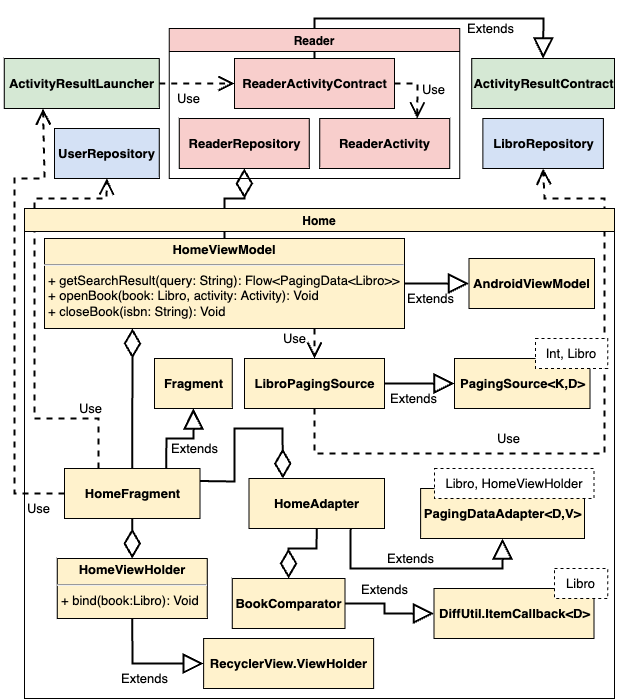
The draw.io diagram img/tesi-24-androidviewuml.drawio.png in paganellif/tesi-paganelli, before a commit. Source tidied: cells renumbered, new cells last; positions are measured from the earlier drawing's top-left corner, leaving out a move shared by most shapes.
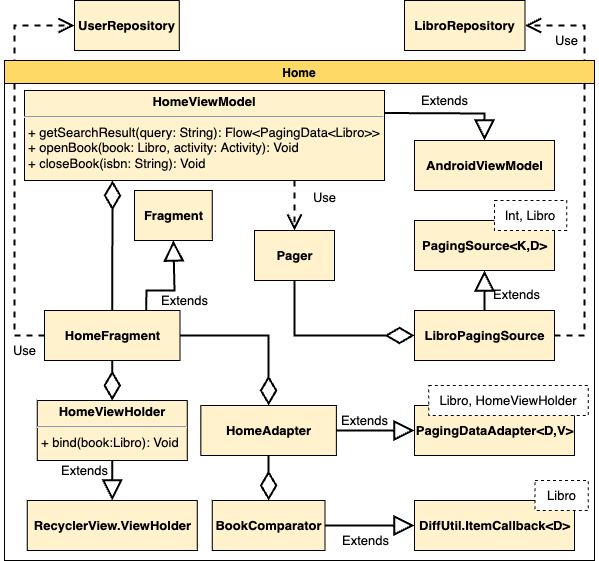
The same file after the commit.

The edit, as a diff of the source:
```diff
@@ -2,203 +2,135 @@
   <root>
     <mxCell id="0" />
     <mxCell id="1" parent="0" />
-    <mxCell id="2" value="Extends" style="endArrow=block;endSize=16;endFill=0;html=1;rounded=0;labelBackgroundColor=none;fontSize=13;fontColor=default;strokeWidth=2;entryX=0;entryY=0.5;entryDx=0;entryDy=0;exitX=1;exitY=0.5;exitDx=0;exitDy=0;" parent="1" edge="1" source="11" target="3">
-      <mxGeometry x="-0.18" y="-15" relative="1" as="geometry" />
-    </mxCell>
-    <mxCell id="3" value="&lt;b&gt;PagingSource&amp;lt;K,D&amp;gt;&lt;/b&gt;" style="html=1;rounded=0;fontSize=13;fontColor=default;strokeColor=default;fillColor=#FFF2CC;" parent="1" vertex="1">
-      <mxGeometry x="450" y="340" width="135.5" height="50" as="geometry" />
-    </mxCell>
-    <mxCell id="4" value="&lt;b&gt;LibroRepository&lt;/b&gt;" style="html=1;rounded=0;fontSize=13;strokeColor=#000000;fillColor=#D4E1F5;" parent="1" vertex="1">
-      <mxGeometry x="478.4" y="100" width="120.5" height="50" as="geometry" />
+    <mxCell id="4" value="&lt;b&gt;LibroRepository&lt;/b&gt;" style="html=1;rounded=0;fontSize=13;strokeColor=#000000;fillColor=#FFF2CC;" parent="1" vertex="1">
+      <mxGeometry x="420" y="130" width="120.5" height="50" as="geometry" />
     </mxCell>
     <mxCell id="5" value="&lt;p style=&quot;margin: 4px 0px 0px; text-align: center;&quot;&gt;&lt;b&gt;HomeViewModel&lt;/b&gt;&lt;/p&gt;&lt;hr style=&quot;&quot;&gt;&lt;p style=&quot;margin: 0px 0px 0px 4px;&quot;&gt;&lt;span style=&quot;background-color: initial;&quot;&gt;&lt;font style=&quot;font-size: 13px;&quot;&gt;+ getSearchResult(query: String): Flow&amp;lt;PagingData&amp;lt;Libro&amp;gt;&amp;gt;&lt;/font&gt;&lt;/span&gt;&lt;/p&gt;&lt;p style=&quot;margin: 0px 0px 0px 4px;&quot;&gt;&lt;span style=&quot;background-color: initial;&quot;&gt;&lt;font style=&quot;font-size: 13px;&quot;&gt;+ openBook(book: Libro, activity: Activity): Void&lt;/font&gt;&lt;/span&gt;&lt;/p&gt;&lt;p style=&quot;margin: 0px 0px 0px 4px;&quot;&gt;&lt;span style=&quot;background-color: initial;&quot;&gt;&lt;font style=&quot;font-size: 13px;&quot;&gt;+ closeBook(isbn: String): Void&lt;/font&gt;&lt;/span&gt;&lt;/p&gt;" style="verticalAlign=top;align=left;overflow=fill;fontSize=13;fontFamily=Helvetica;html=1;fillColor=#FFF2CC;strokeColor=#000000;strokeWidth=1;" parent="1" vertex="1">
       <mxGeometry x="40" y="220" width="360" height="90" as="geometry" />
     </mxCell>
-    <mxCell id="6" value="&lt;b&gt;AndroidViewModel&lt;/b&gt;" style="html=1;rounded=0;fontSize=13;fontColor=default;strokeColor=default;fillColor=#FFF2CC;" parent="1" vertex="1">
-      <mxGeometry x="464.5" y="240" width="125.5" height="50" as="geometry" />
-    </mxCell>
-    <mxCell id="7" value="Extends" style="endArrow=block;endSize=16;endFill=0;html=1;rounded=0;labelBackgroundColor=none;fontSize=13;fontColor=default;strokeWidth=2;exitX=1;exitY=0.5;exitDx=0;exitDy=0;entryX=0;entryY=0.5;entryDx=0;entryDy=0;" parent="1" edge="1" source="5" target="6">
-      <mxGeometry x="-0.18" y="-15" relative="1" as="geometry" />
+    <mxCell id="7" value="Extends" style="endArrow=block;endSize=16;endFill=0;html=1;rounded=0;labelBackgroundColor=none;fontSize=13;fontColor=default;strokeWidth=2;exitX=1;exitY=0.25;exitDx=0;exitDy=0;entryX=0.5;entryY=0;entryDx=0;entryDy=0;" parent="1" edge="1" source="5" target="6">
+      <mxGeometry x="-0.06" y="13" relative="1" as="geometry">
+        <Array as="points">
+          <mxPoint x="500" y="243" />
+        </Array>
+      </mxGeometry>
     </mxCell>
-    <mxCell id="8" value="Use" style="endArrow=open;endSize=12;dashed=1;html=1;rounded=0;labelBackgroundColor=none;fontSize=13;fontColor=default;strokeWidth=2;exitX=0.75;exitY=1;exitDx=0;exitDy=0;entryX=0.5;entryY=0;entryDx=0;entryDy=0;" parent="1" edge="1" source="5" target="11">
-      <mxGeometry x="-0.33" y="-20" relative="1" as="geometry" />
+    <mxCell id="8" value="Use" style="endArrow=open;endSize=12;dashed=1;html=1;rounded=0;labelBackgroundColor=none;fontSize=13;fontColor=default;strokeWidth=2;exitX=0.75;exitY=1;exitDx=0;exitDy=0;entryX=0.5;entryY=0;entryDx=0;entryDy=0;" parent="1" edge="1" source="5" target="44">
+      <mxGeometry x="-0.33" y="30" relative="1" as="geometry" />
     </mxCell>
-    <mxCell id="9" style="endArrow=diamondThin;endFill=0;endSize=24;html=1;rounded=0;fontSize=13;entryX=0.5;entryY=1;entryDx=0;entryDy=0;exitX=0.5;exitY=0;exitDx=0;exitDy=0;strokeWidth=2;" parent="1" edge="1" source="5">
-      <mxGeometry relative="1" as="geometry">
-        <mxPoint x="239.8" y="150" as="targetPoint" />
-        <Array as="points">
-          <mxPoint x="220" y="180" />
-          <mxPoint x="240" y="180" />
-        </Array>
-      </mxGeometry>
-    </mxCell>
     <mxCell id="10" style="endArrow=diamondThin;endFill=0;endSize=24;html=1;rounded=0;fontSize=13;exitX=0.5;exitY=0;exitDx=0;exitDy=0;strokeWidth=2;" parent="1" edge="1" source="31">
       <mxGeometry relative="1" as="geometry">
         <mxPoint x="128" y="310" as="targetPoint" />
       </mxGeometry>
     </mxCell>
-    <mxCell id="11" value="&lt;b&gt;LibroPagingSource&lt;/b&gt;" style="html=1;rounded=0;fontSize=13;fontColor=default;strokeColor=default;fillColor=#FFF2CC;" parent="1" vertex="1">
-      <mxGeometry x="240" y="340" width="140" height="50" as="geometry" />
-    </mxCell>
-    <mxCell id="12" value="&lt;b&gt;HomeAdapter&lt;/b&gt;" style="html=1;rounded=0;fontSize=13;fontColor=default;strokeColor=default;fillColor=#FFF2CC;" parent="1" vertex="1">
-      <mxGeometry x="244.5" y="460" width="135.5" height="50" as="geometry" />
-    </mxCell>
-    <mxCell id="13" value="Extends" style="endArrow=block;endSize=16;endFill=0;html=1;rounded=0;labelBackgroundColor=none;fontSize=13;fontColor=default;strokeWidth=2;exitX=0.75;exitY=1;exitDx=0;exitDy=0;entryX=0.5;entryY=1;entryDx=0;entryDy=0;" parent="1" edge="1" source="12" target="20">
-      <mxGeometry x="-0.1" y="10" relative="1" as="geometry">
-        <Array as="points">
-          <mxPoint x="346" y="550" />
-          <mxPoint x="498" y="550" />
-        </Array>
-      </mxGeometry>
-    </mxCell>
-    <mxCell id="14" style="endArrow=diamondThin;endFill=0;endSize=24;html=1;rounded=0;fontSize=13;entryX=0.25;entryY=0;entryDx=0;entryDy=0;exitX=1;exitY=0.25;exitDx=0;exitDy=0;strokeWidth=2;" parent="1" edge="1" source="31" target="12">
-      <mxGeometry relative="1" as="geometry">
-        <Array as="points">
-          <mxPoint x="230" y="463" />
-          <mxPoint x="230" y="410" />
-          <mxPoint x="278" y="410" />
-        </Array>
-      </mxGeometry>
-    </mxCell>
-    <mxCell id="15" style="endArrow=diamondThin;endFill=0;endSize=24;html=1;rounded=0;fontSize=13;exitX=0.5;exitY=1;exitDx=0;exitDy=0;strokeWidth=2;entryX=0.5;entryY=0;entryDx=0;entryDy=0;" parent="1" edge="1" source="12" target="33">
-      <mxGeometry relative="1" as="geometry">
-        <Array as="points">
-          <mxPoint x="312" y="530" />
-          <mxPoint x="284" y="530" />
-        </Array>
-      </mxGeometry>
-    </mxCell>
-    <mxCell id="16" value="Use" style="endArrow=open;endSize=12;dashed=1;html=1;rounded=0;labelBackgroundColor=none;fontSize=13;fontColor=default;strokeWidth=2;exitX=0.5;exitY=1;exitDx=0;exitDy=0;entryX=0.5;entryY=1;entryDx=0;entryDy=0;" parent="1" edge="1" source="11" target="4">
-      <mxGeometry x="-0.3" y="15" relative="1" as="geometry">
+    <mxCell id="16" value="Use" style="endArrow=open;endSize=12;dashed=1;html=1;rounded=0;labelBackgroundColor=none;fontSize=13;fontColor=default;strokeWidth=2;exitX=1;exitY=0.5;exitDx=0;exitDy=0;entryX=1;entryY=0.5;entryDx=0;entryDy=0;" parent="1" edge="1" source="11" target="4">
+      <mxGeometry x="0.79" y="15" relative="1" as="geometry">
         <Array as="points">
-          <mxPoint x="310" y="435" />
-          <mxPoint x="600" y="435" />
-          <mxPoint x="600" y="180" />
-          <mxPoint x="540" y="180" />
+          <mxPoint x="600" y="465" />
+          <mxPoint x="600" y="155" />
         </Array>
       </mxGeometry>
     </mxCell>
-    <mxCell id="17" value="&lt;b&gt;UserRepository&lt;/b&gt;" style="html=1;rounded=0;fontSize=13;strokeColor=#000000;fillColor=#D4E1F5;" parent="1" vertex="1">
-      <mxGeometry x="50" y="110" width="104.8" height="50" as="geometry" />
+    <mxCell id="17" value="&lt;b&gt;UserRepository&lt;/b&gt;" style="html=1;rounded=0;fontSize=13;strokeColor=#000000;fillColor=#FFF2CC;" parent="1" vertex="1">
+      <mxGeometry x="90" y="130" width="104.8" height="50" as="geometry" />
     </mxCell>
-    <mxCell id="18" value="Use" style="endArrow=open;endSize=12;dashed=1;html=1;rounded=0;labelBackgroundColor=none;fontSize=13;fontColor=default;strokeWidth=2;exitX=0.25;exitY=0;exitDx=0;exitDy=0;entryX=0.5;entryY=1;entryDx=0;entryDy=0;" parent="1" edge="1" source="31" target="17">
-      <mxGeometry x="-0.73" y="-10" relative="1" as="geometry">
+    <mxCell id="18" value="Use" style="endArrow=open;endSize=12;dashed=1;html=1;rounded=0;labelBackgroundColor=none;fontSize=13;fontColor=default;strokeWidth=2;exitX=0;exitY=0.5;exitDx=0;exitDy=0;entryX=0;entryY=0.5;entryDx=0;entryDy=0;" parent="1" edge="1" source="31" target="17">
+      <mxGeometry x="-0.9" y="15" relative="1" as="geometry">
         <Array as="points">
-          <mxPoint x="94" y="400" />
-          <mxPoint x="30" y="400" />
+          <mxPoint x="30" y="465" />
           <mxPoint x="30" y="180" />
-          <mxPoint x="102" y="180" />
+          <mxPoint x="30" y="155" />
         </Array>
       </mxGeometry>
     </mxCell>
-    <mxCell id="19" value="Home" style="swimlane;strokeColor=#000000;fillColor=#FFF2CC;gradientColor=none;" parent="1" vertex="1">
-      <mxGeometry x="20" y="190" width="590" height="490" as="geometry" />
+    <mxCell id="19" value="Home" style="swimlane;strokeColor=#000000;fillColor=#FFD966;gradientColor=none;" parent="1" vertex="1">
+      <mxGeometry x="20" y="190" width="590" height="500" as="geometry" />
     </mxCell>
     <mxCell id="20" value="&lt;b&gt;PagingDataAdapter&amp;lt;D,V&amp;gt;&lt;/b&gt;" style="html=1;rounded=0;fontSize=13;fontColor=default;strokeColor=default;fillColor=#FFF2CC;" parent="19" vertex="1">
-      <mxGeometry x="396.1" y="280" width="163.9" height="50" as="geometry" />
+      <mxGeometry x="410" y="345" width="160" height="50" as="geometry" />
     </mxCell>
     <mxCell id="21" value="Libro, HomeViewHolder" style="rounded=0;whiteSpace=wrap;html=1;dashed=1;fontSize=13;" parent="19" vertex="1">
-      <mxGeometry x="410" y="260" width="159.5" height="30" as="geometry" />
+      <mxGeometry x="424.4" y="325" width="159.5" height="30" as="geometry" />
     </mxCell>
     <mxCell id="22" value="&lt;b&gt;DiffUtil.ItemCallback&amp;lt;D&amp;gt;&lt;/b&gt;" style="html=1;rounded=0;fontSize=13;fontColor=default;strokeColor=default;fillColor=#FFF2CC;" parent="19" vertex="1">
-      <mxGeometry x="409.5" y="380" width="160" height="50" as="geometry" />
+      <mxGeometry x="410" y="440" width="160" height="50" as="geometry" />
     </mxCell>
     <mxCell id="23" value="Libro" style="rounded=0;whiteSpace=wrap;html=1;dashed=1;fontSize=13;" parent="19" vertex="1">
-      <mxGeometry x="530" y="360" width="53.4" height="30" as="geometry" />
+      <mxGeometry x="530.5" y="420" width="53.4" height="30" as="geometry" />
     </mxCell>
     <mxCell id="24" value="Extends" style="endArrow=block;endSize=16;endFill=0;html=1;rounded=0;labelBackgroundColor=none;fontSize=13;fontColor=default;strokeWidth=2;entryX=0;entryY=0.5;entryDx=0;entryDy=0;exitX=1;exitY=0.5;exitDx=0;exitDy=0;" parent="19" edge="1" source="33" target="22">
-      <mxGeometry x="-0.2" y="-15" relative="1" as="geometry">
-        <Array as="points">
-          <mxPoint x="360" y="395" />
-          <mxPoint x="360" y="405" />
-        </Array>
-        <mxPoint x="15" y="-15" as="offset" />
-      </mxGeometry>
+      <mxGeometry x="-0.12" y="-15" relative="1" as="geometry" />
     </mxCell>
     <mxCell id="25" value="&lt;p style=&quot;margin: 4px 0px 0px; text-align: center;&quot;&gt;&lt;b&gt;HomeViewHolder&lt;/b&gt;&lt;/p&gt;&lt;hr style=&quot;&quot;&gt;&lt;p style=&quot;margin: 0px 0px 0px 4px;&quot;&gt;&lt;span style=&quot;background-color: initial;&quot;&gt;&lt;font style=&quot;font-size: 13px;&quot;&gt;+ bind(book:Libro): Void&lt;/font&gt;&lt;/span&gt;&lt;/p&gt;" style="verticalAlign=top;align=left;overflow=fill;fontSize=13;fontFamily=Helvetica;html=1;fillColor=#FFF2CC;strokeColor=#000000;strokeWidth=1;" parent="19" vertex="1">
-      <mxGeometry x="32.8" y="350" width="150" height="60" as="geometry" />
+      <mxGeometry x="32.8" y="340" width="150" height="60" as="geometry" />
     </mxCell>
     <mxCell id="26" style="endArrow=diamondThin;endFill=0;endSize=24;html=1;rounded=0;fontSize=13;entryX=0.5;entryY=0;entryDx=0;entryDy=0;exitX=0.5;exitY=1;exitDx=0;exitDy=0;strokeWidth=2;" parent="19" edge="1" source="31" target="25">
       <mxGeometry relative="1" as="geometry" />
     </mxCell>
     <mxCell id="27" value="&lt;b&gt;RecyclerView.ViewHolder&lt;/b&gt;" style="html=1;rounded=0;fontSize=13;fontColor=default;strokeColor=default;fillColor=#FFF2CC;" parent="19" vertex="1">
-      <mxGeometry x="179.1" y="430" width="170" height="50" as="geometry" />
+      <mxGeometry x="22.8" y="440" width="170" height="50" as="geometry" />
     </mxCell>
-    <mxCell id="28" value="Extends" style="endArrow=block;endSize=16;endFill=0;html=1;rounded=0;labelBackgroundColor=none;fontSize=13;fontColor=default;strokeWidth=2;exitX=0.5;exitY=1;exitDx=0;exitDy=0;entryX=0;entryY=0.5;entryDx=0;entryDy=0;" parent="19" edge="1" source="25" target="27">
-      <mxGeometry x="-0.02" y="-15" relative="1" as="geometry">
-        <Array as="points">
-          <mxPoint x="108" y="455" />
-        </Array>
-      </mxGeometry>
+    <mxCell id="28" value="Extends" style="endArrow=block;endSize=16;endFill=0;html=1;rounded=0;labelBackgroundColor=none;fontSize=13;fontColor=default;strokeWidth=2;exitX=0.5;exitY=1;exitDx=0;exitDy=0;entryX=0.5;entryY=0;entryDx=0;entryDy=0;" parent="19" edge="1" source="25" target="27">
+      <mxGeometry x="-0.49" y="-28" relative="1" as="geometry" />
     </mxCell>
-    <mxCell id="29" value="Int, Libro" style="rounded=0;whiteSpace=wrap;html=1;dashed=1;fontSize=13;" parent="19" vertex="1">
-      <mxGeometry x="511.1" y="130" width="72.2" height="30" as="geometry" />
-    </mxCell>
     <mxCell id="30" value="&lt;b&gt;Fragment&lt;/b&gt;" style="html=1;rounded=0;fontSize=13;fontColor=default;strokeColor=default;fillColor=#FFF2CC;" parent="19" vertex="1">
-      <mxGeometry x="130" y="150" width="77.8" height="50" as="geometry" />
+      <mxGeometry x="130" y="130" width="77.8" height="50" as="geometry" />
     </mxCell>
     <mxCell id="31" value="&lt;b&gt;HomeFragment&lt;/b&gt;" style="html=1;rounded=0;fontSize=13;fontColor=default;strokeColor=default;fillColor=#FFF2CC;" parent="19" vertex="1">
-      <mxGeometry x="40" y="260" width="135.5" height="50" as="geometry" />
+      <mxGeometry x="40" y="250" width="135.5" height="50" as="geometry" />
     </mxCell>
     <mxCell id="32" value="Extends" style="endArrow=block;endSize=16;endFill=0;html=1;rounded=0;labelBackgroundColor=none;fontSize=13;fontColor=default;strokeWidth=2;entryX=0.5;entryY=1;entryDx=0;entryDy=0;exitX=0.75;exitY=0;exitDx=0;exitDy=0;" parent="19" edge="1" source="31" target="30">
-      <mxGeometry x="0.31" y="-10" relative="1" as="geometry">
+      <mxGeometry x="-0.02" y="-14" relative="1" as="geometry">
         <Array as="points">
           <mxPoint x="142" y="230" />
-          <mxPoint x="169" y="230" />
+          <mxPoint x="170" y="230" />
         </Array>
-        <mxPoint x="-9" y="10" as="offset" />
+        <mxPoint x="-4" y="10" as="offset" />
       </mxGeometry>
     </mxCell>
+    <mxCell id="12" value="&lt;b&gt;HomeAdapter&lt;/b&gt;" style="html=1;rounded=0;fontSize=13;fontColor=default;strokeColor=default;fillColor=#FFF2CC;" parent="19" vertex="1">
+      <mxGeometry x="196.4" y="345" width="135.5" height="50" as="geometry" />
+    </mxCell>
+    <mxCell id="13" value="Extends" style="endArrow=block;endSize=16;endFill=0;html=1;rounded=0;labelBackgroundColor=none;fontSize=13;fontColor=default;strokeWidth=2;exitX=1;exitY=0.5;exitDx=0;exitDy=0;entryX=0;entryY=0.5;entryDx=0;entryDy=0;" parent="19" edge="1" source="12" target="20">
+      <mxGeometry x="-0.28" y="10" relative="1" as="geometry" />
+    </mxCell>
+    <mxCell id="14" style="endArrow=diamondThin;endFill=0;endSize=24;html=1;rounded=0;fontSize=13;entryX=0.5;entryY=0;entryDx=0;entryDy=0;exitX=1;exitY=0.5;exitDx=0;exitDy=0;strokeWidth=2;" parent="19" edge="1" source="31" target="12">
+      <mxGeometry relative="1" as="geometry">
+        <Array as="points">
+          <mxPoint x="264" y="275" />
+        </Array>
+      </mxGeometry>
+    </mxCell>
+    <mxCell id="15" style="endArrow=diamondThin;endFill=0;endSize=24;html=1;rounded=0;fontSize=13;exitX=0.5;exitY=1;exitDx=0;exitDy=0;strokeWidth=2;entryX=0.5;entryY=0;entryDx=0;entryDy=0;" parent="19" edge="1" source="12" target="33">
+      <mxGeometry relative="1" as="geometry" />
+    </mxCell>
     <mxCell id="33" value="&lt;b&gt;BookComparator&lt;/b&gt;" style="html=1;rounded=0;fontSize=13;fontColor=default;strokeColor=default;fillColor=#FFF2CC;" parent="19" vertex="1">
-      <mxGeometry x="207.8" y="370" width="112.8" height="50" as="geometry" />
+      <mxGeometry x="207.8" y="440" width="112.8" height="50" as="geometry" />
     </mxCell>
-    <mxCell id="34" value="&lt;b&gt;ActivityResultLauncher&lt;/b&gt;" style="html=1;rounded=0;fontSize=13;strokeColor=#000000;fillColor=#d5e8d4;" parent="1" vertex="1">
-      <mxGeometry x="-0.2" y="40" width="155" height="50" as="geometry" />
-    </mxCell>
-    <mxCell id="35" value="Use" style="endArrow=open;endSize=12;dashed=1;html=1;rounded=0;labelBackgroundColor=none;fontSize=13;fontColor=default;strokeWidth=2;entryX=0.25;entryY=1;entryDx=0;entryDy=0;exitX=0;exitY=0.5;exitDx=0;exitDy=0;" parent="1" edge="1" source="31" target="34">
-      <mxGeometry x="-0.89" y="15" relative="1" as="geometry">
-        <Array as="points">
-          <mxPoint x="10" y="475" />
-          <mxPoint x="10" y="160" />
-          <mxPoint x="40" y="160" />
-        </Array>
-      </mxGeometry>
-    </mxCell>
-    <mxCell id="36" value="Use" style="endArrow=open;endSize=12;dashed=1;html=1;rounded=0;labelBackgroundColor=none;fontSize=13;fontColor=default;strokeWidth=2;exitX=1;exitY=0.5;exitDx=0;exitDy=0;entryX=0;entryY=0.5;entryDx=0;entryDy=0;" parent="1" edge="1" source="34">
-      <mxGeometry x="-0.22" y="-15" relative="1" as="geometry">
-        <mxPoint x="230" y="65" as="targetPoint" />
-      </mxGeometry>
-    </mxCell>
-    <mxCell id="37" value="&lt;b&gt;ActivityResultContract&lt;/b&gt;" style="html=1;rounded=0;fontSize=13;strokeColor=#000000;fillColor=#d5e8d4;" parent="1" vertex="1">
-      <mxGeometry x="467.2" y="40" width="142.8" height="50" as="geometry" />
-    </mxCell>
-    <mxCell id="38" value="&lt;b&gt;ReaderActivityContract&lt;/b&gt;" style="html=1;rounded=0;fontSize=13;fontColor=default;strokeColor=default;fillColor=#F8CECC;" parent="1" vertex="1">
-      <mxGeometry x="230" y="40" width="160" height="50" as="geometry" />
-    </mxCell>
-    <mxCell id="39" value="&lt;b&gt;ReaderRepository&lt;/b&gt;" style="html=1;rounded=0;fontSize=13;fontColor=default;strokeColor=default;fillColor=#F8CECC;" parent="1" vertex="1">
-      <mxGeometry x="174.8" y="100" width="130" height="50" as="geometry" />
-    </mxCell>
-    <mxCell id="40" value="&lt;b&gt;ReaderActivity&lt;/b&gt;" style="html=1;rounded=0;fontSize=13;fontColor=default;strokeColor=default;fillColor=#F8CECC;" parent="1" vertex="1">
-      <mxGeometry x="315.2" y="100" width="130" height="50" as="geometry" />
-    </mxCell>
-    <mxCell id="41" value="Use" style="endArrow=open;endSize=12;dashed=1;html=1;rounded=0;labelBackgroundColor=none;fontSize=13;fontColor=default;strokeWidth=2;exitX=1;exitY=0.5;exitDx=0;exitDy=0;entryX=0.75;entryY=0;entryDx=0;entryDy=0;" parent="1" edge="1" source="38" target="40">
-      <mxGeometry x="0.01" y="15" relative="1" as="geometry">
-        <Array as="points">
-          <mxPoint x="413" y="65" />
-        </Array>
-        <mxPoint x="1" as="offset" />
-      </mxGeometry>
-    </mxCell>
-    <mxCell id="42" value="Extends" style="endArrow=block;endSize=16;endFill=0;html=1;rounded=0;labelBackgroundColor=none;fontSize=13;fontColor=default;strokeWidth=2;entryX=0.5;entryY=0;entryDx=0;entryDy=0;exitX=0.5;exitY=0;exitDx=0;exitDy=0;" parent="1" edge="1" source="38" target="37">
-      <mxGeometry x="0.4" y="-10" relative="1" as="geometry">
-        <Array as="points">
-          <mxPoint x="310" />
-          <mxPoint x="539" />
-        </Array>
-      </mxGeometry>
-    </mxCell>
-    <mxCell id="43" value="Reader" style="swimlane;strokeColor=#000000;fillColor=#f8cecc;" parent="1" vertex="1">
-      <mxGeometry x="164.8" y="10" width="290.5" height="150" as="geometry" />
-    </mxCell>
+    <mxCell id="11" value="&lt;b&gt;LibroPagingSource&lt;/b&gt;" style="html=1;rounded=0;fontSize=13;fontColor=default;strokeColor=default;fillColor=#FFF2CC;" parent="19" vertex="1">
+      <mxGeometry x="410" y="250" width="140" height="50" as="geometry" />
+    </mxCell>
+    <mxCell id="44" value="&lt;b&gt;Pager&lt;/b&gt;" style="html=1;rounded=0;fontSize=13;fontColor=default;strokeColor=default;fillColor=#FFF2CC;" parent="19" vertex="1">
+      <mxGeometry x="250" y="170" width="80" height="50" as="geometry" />
+    </mxCell>
+    <mxCell id="45" style="endArrow=diamondThin;endFill=0;endSize=24;html=1;rounded=0;fontSize=13;entryX=0;entryY=0.5;entryDx=0;entryDy=0;exitX=0.5;exitY=1;exitDx=0;exitDy=0;strokeWidth=2;" parent="19" edge="1" source="44" target="11">
+      <mxGeometry relative="1" as="geometry">
+        <Array as="points">
+          <mxPoint x="290" y="275" />
+        </Array>
+      </mxGeometry>
+    </mxCell>
+    <mxCell id="3" value="&lt;b&gt;PagingSource&amp;lt;K,D&amp;gt;&lt;/b&gt;" style="html=1;rounded=0;fontSize=13;fontColor=default;strokeColor=default;fillColor=#FFF2CC;" parent="19" vertex="1">
+      <mxGeometry x="410" y="160" width="140" height="50" as="geometry" />
+    </mxCell>
+    <mxCell id="2" value="Extends" style="endArrow=block;endSize=16;endFill=0;html=1;rounded=0;labelBackgroundColor=none;fontSize=13;fontColor=default;strokeWidth=2;entryX=0.5;entryY=1;entryDx=0;entryDy=0;exitX=0.5;exitY=0;exitDx=0;exitDy=0;" parent="19" edge="1" source="11" target="3">
+      <mxGeometry x="-0.2" y="-32" relative="1" as="geometry" />
+    </mxCell>
+    <mxCell id="29" value="Int, Libro" style="rounded=0;whiteSpace=wrap;html=1;dashed=1;fontSize=13;" parent="19" vertex="1">
+      <mxGeometry x="490" y="140" width="72.2" height="30" as="geometry" />
+    </mxCell>
+    <mxCell id="6" value="&lt;b&gt;AndroidViewModel&lt;/b&gt;" style="html=1;rounded=0;fontSize=13;fontColor=default;strokeColor=default;fillColor=#FFF2CC;" parent="19" vertex="1">
+      <mxGeometry x="410" y="80" width="140" height="50" as="geometry" />
+    </mxCell>
   </root>
 </mxGraphModel>
```
